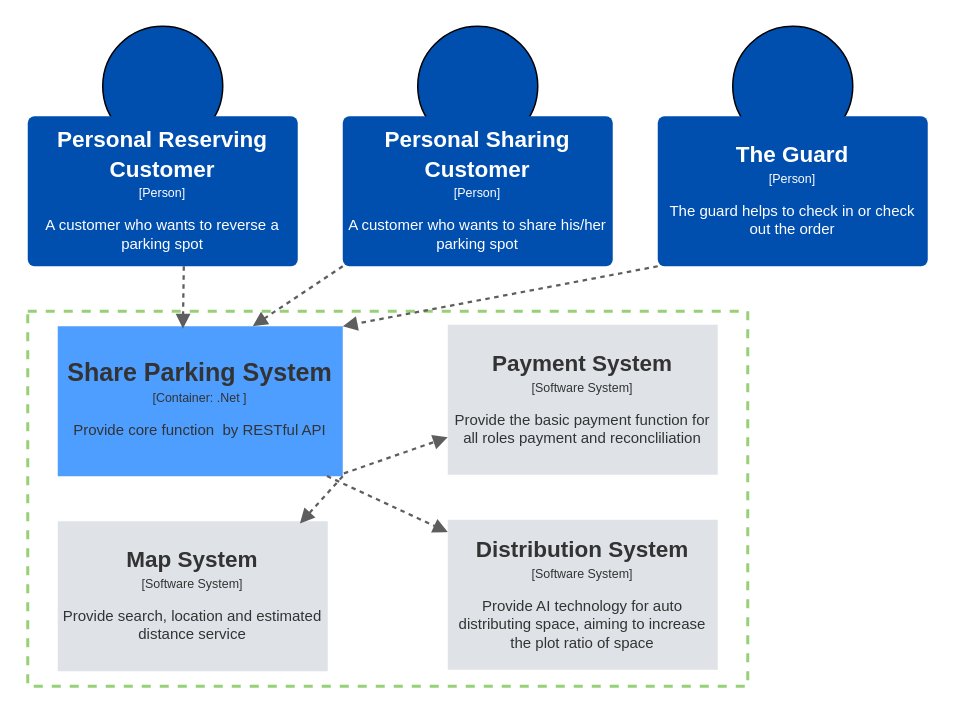
XiaotianWU-code/img keeps this draw.io diagram as page "Page-4" (4 of 6) of wxt-c4.drawio. Above is the earlier version. Source tidied: cells renumbered, new cells numbered last; positions are measured from the earlier drawing's top-left corner, leaving out a move shared by most shapes. Both pictures are drawn from the tidied source at 150%, with x=0, y=0 at pixel (27, 26).
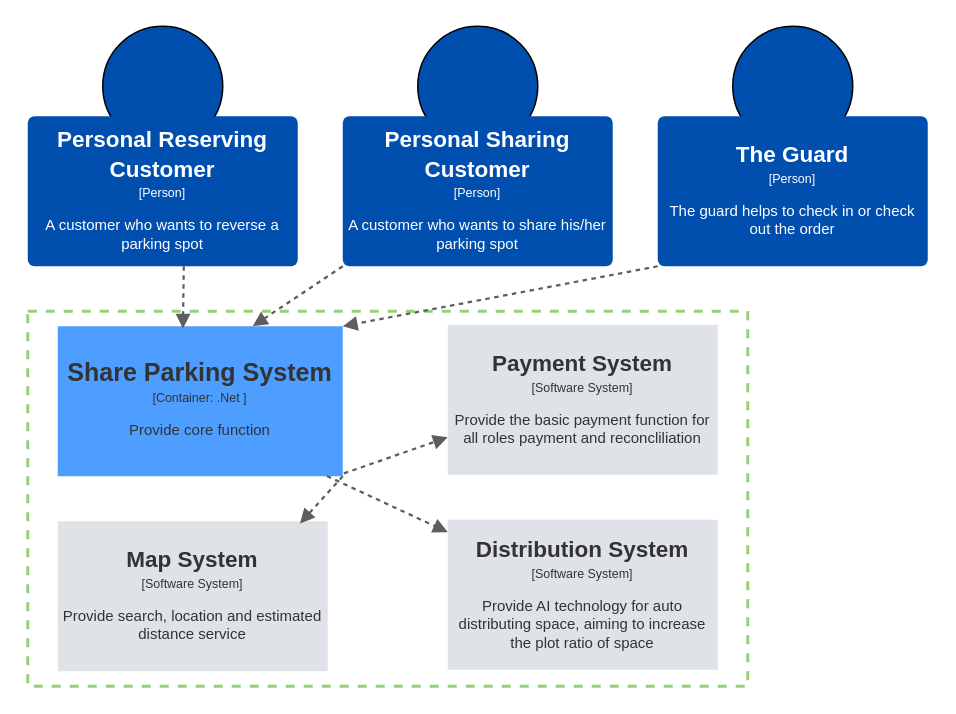
The same diagram, later.

The edit, as a diff of the source:
```diff
@@
-    <mxCell id="9" value="&lt;div style=&quot;display: flex; justify-content: center; text-align: center; align-items: baseline; line-height: 1.25; margin-top: -2px; font-size: 0px;&quot;&gt;&lt;span&gt;&lt;span style=&quot;font-size:16.7px;color:#333333;&quot;&gt;&lt;b&gt;Share Parking System&lt;br&gt;&lt;/b&gt;&lt;/span&gt;&lt;span style=&quot;font-size:8.3px;color:#333333;&quot;&gt;[Container: .Net ]&lt;br&gt;&lt;br&gt;&lt;/span&gt;&lt;span style=&quot;font-size:10px;color:#333333;&quot;&gt; Provide core function&amp;nbsp; by RESTful API&lt;/span&gt;&lt;/span&gt;&lt;/div&gt;" style="html=1;overflow=block;blockSpacing=1;whiteSpace=wrap;fontSize=13;spacing=3.8;strokeOpacity=0;fillOpacity=100;rounded=0;absoluteArcSize=1;arcSize=9;fillColor=#4d9eff;strokeWidth=2.3;" parent="1" vertex="1">
+    <mxCell id="9" value="&lt;div style=&quot;display: flex; justify-content: center; text-align: center; align-items: baseline; line-height: 1.25; margin-top: -2px; font-size: 0px;&quot;&gt;&lt;span&gt;&lt;span style=&quot;font-size:16.7px;color:#333333;&quot;&gt;&lt;b&gt;Share Parking System&lt;br&gt;&lt;/b&gt;&lt;/span&gt;&lt;span style=&quot;font-size:8.3px;color:#333333;&quot;&gt;[Container: .Net ]&lt;br&gt;&lt;br&gt;&lt;/span&gt;&lt;span style=&quot;font-size:10px;color:#333333;&quot;&gt; Provide core function&lt;/span&gt;&lt;/span&gt;&lt;/div&gt;" style="html=1;overflow=block;blockSpacing=1;whiteSpace=wrap;fontSize=13;spacing=3.8;strokeOpacity=0;fillOpacity=100;rounded=0;absoluteArcSize=1;arcSize=9;fillColor=#4d9eff;strokeWidth=2.3;" parent="1" vertex="1">
       <mxGeometry x="20" y="200" width="190" height="100" as="geometry" />
     </mxCell>
```
